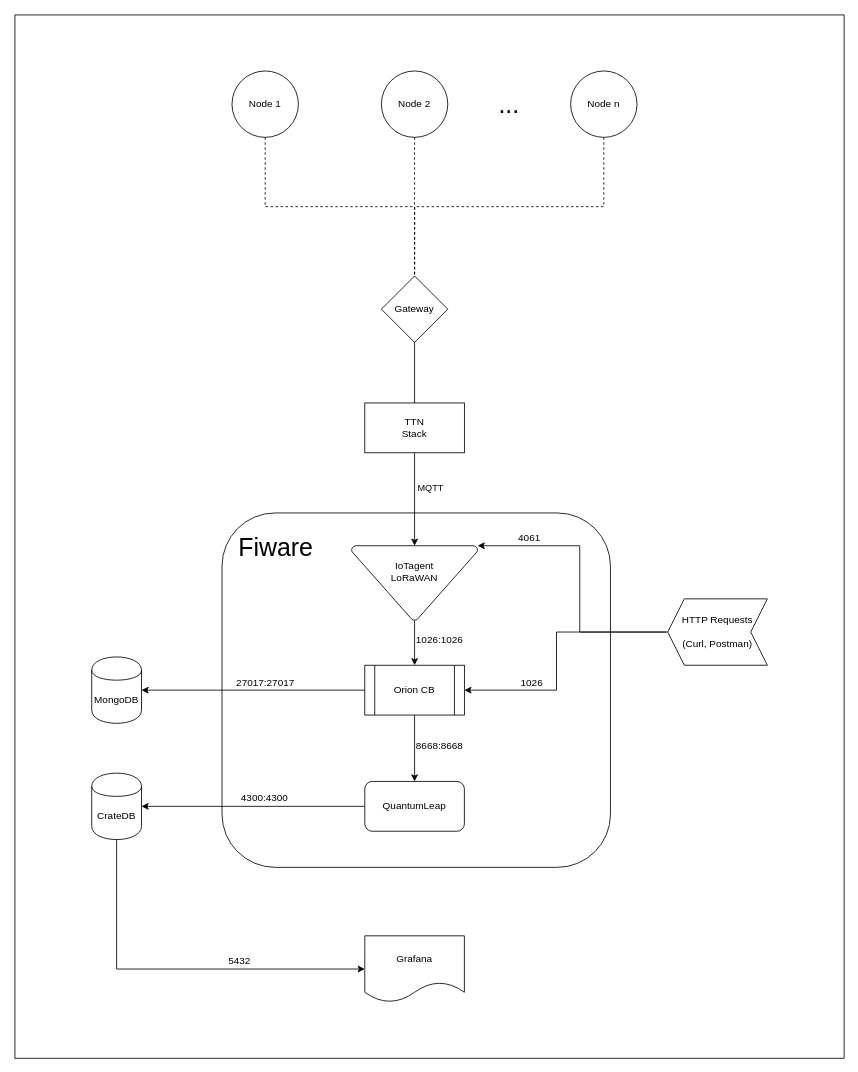
This is docs/schemes/main_scheme.drawio from jfernandz/lora-arduino-dendrometer, a draw.io file, before an edit. Source tidied: cells renumbered, new cells numbered last; positions are measured from the earlier drawing's top-left corner, leaving out a move shared by most shapes. Both pictures are drawn from the tidied source at 83%, with x=0, y=0 at pixel (14, 14).
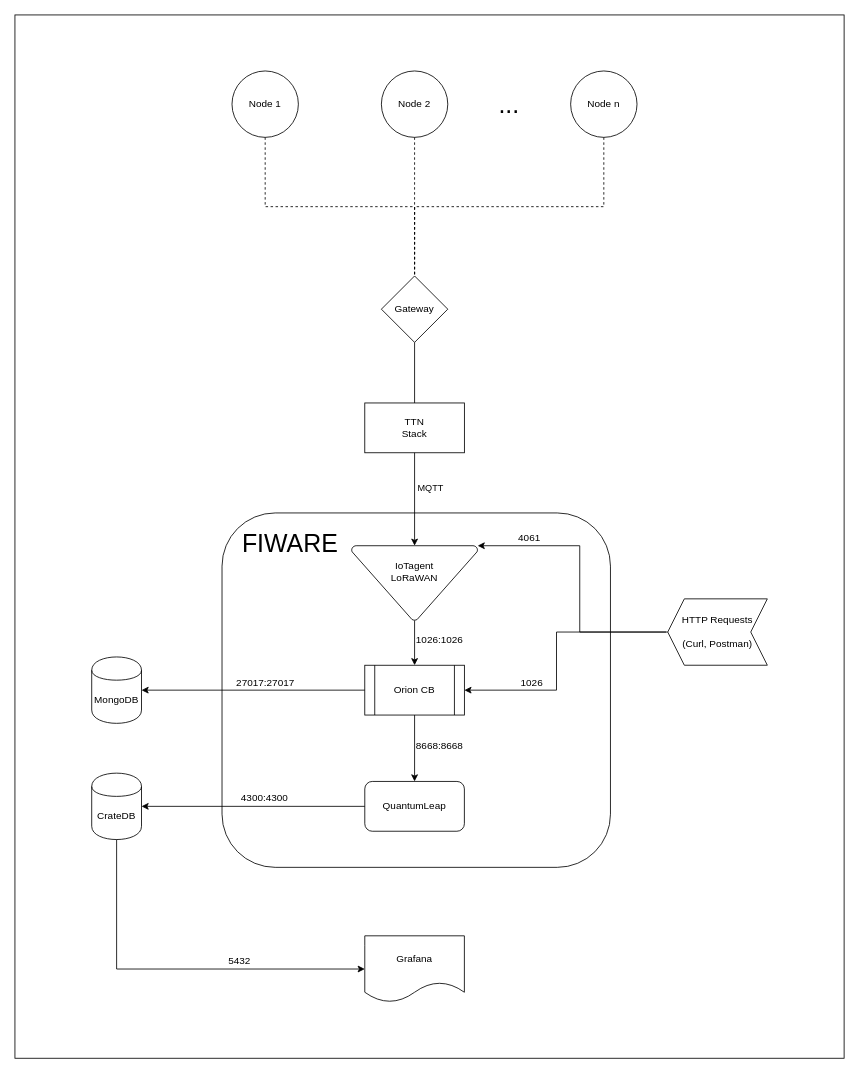
After the change.

What changed in the source:
```diff
@@
-    <mxCell id="3" value="Fiware" style="rounded=1;whiteSpace=wrap;html=1;strokeColor=#000000;strokeWidth=1;fontColor=#000000;fillColor=none;labelPosition=left;verticalLabelPosition=top;align=right;verticalAlign=bottom;spacingBottom=50;spacingTop=0;spacing=-110;fontSize=30;" parent="1" vertex="1">
+    <mxCell id="3" value="FIWARE" style="rounded=1;whiteSpace=wrap;html=1;strokeColor=#000000;strokeWidth=1;fontColor=#000000;fillColor=none;labelPosition=left;verticalLabelPosition=top;align=right;verticalAlign=bottom;spacingBottom=65;spacingTop=0;spacing=-120;fontSize=30;spacingLeft=0;spacingRight=-20;" parent="1" vertex="1">
       <mxGeometry x="250" y="600.5" width="468" height="427" as="geometry" />
     </mxCell>
```
